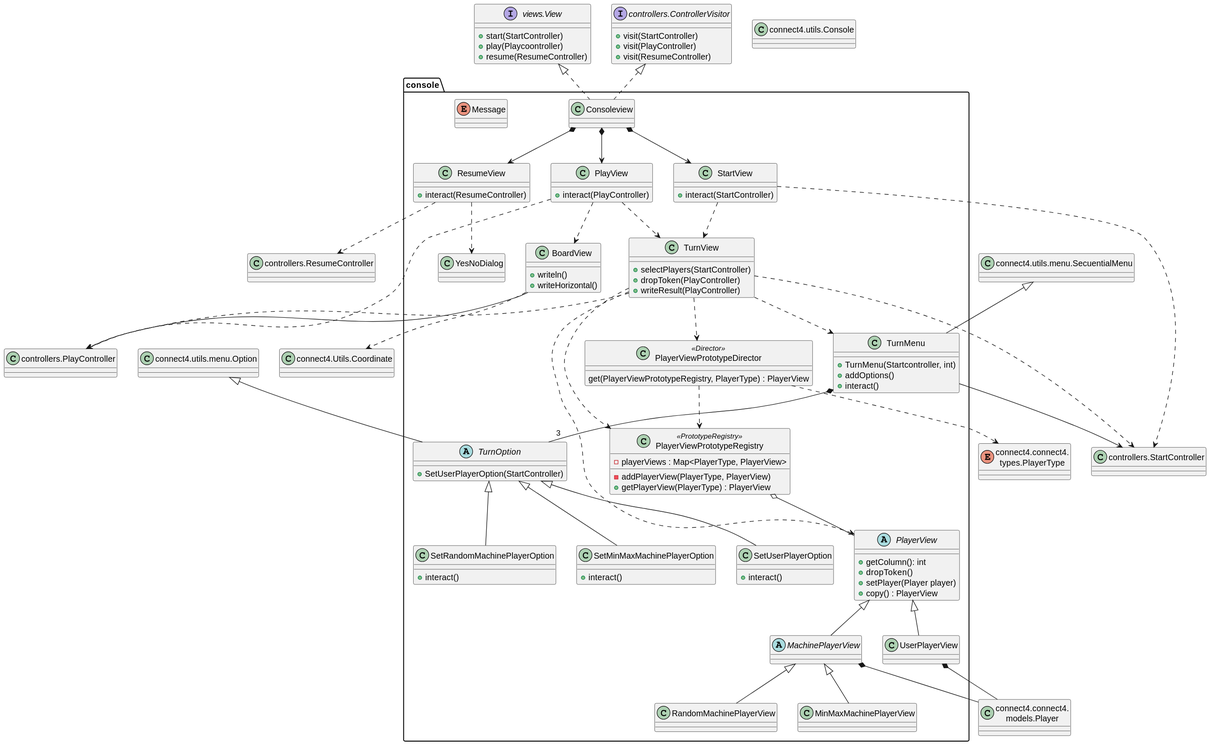
Before: out/connect4/Docs/diagrams/src/packages/connect4.connect4.views.console/connect4.connect4.console.console.svg, a diagram exported from PlantUML (js-rom/connect4).
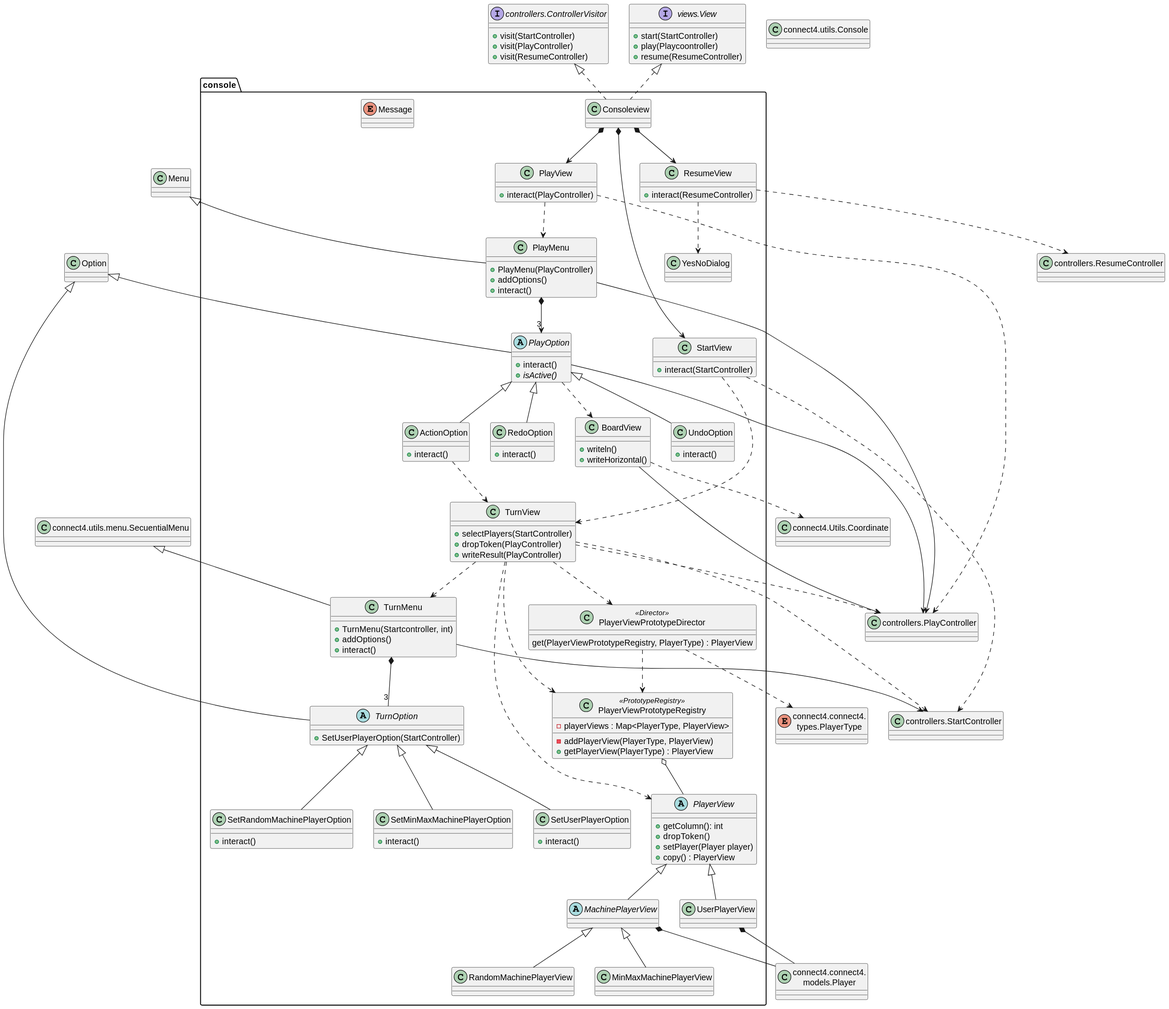
The same file after the commit.

Diff of the diagram source:
```diff
@@ -86,6 +86,28 @@
     +visit(ResumeController)
 }
 
+class console.PlayMenu {
+    +PlayMenu(PlayController)
+    +addOptions()
+    +interact()
+}
+
+abstract class console.PlayOption {
+    +interact()
+    + {abstract} isActive()
+}
+class console.UndoOption {
+    +interact()
+}
+
+class console.RedoOption {
+    +interact()
+}
+
+class console.ActionOption {
+    +interact()
+}
+
 View <|.. Consoleview
 ControllerVisitor <|.. Consoleview
 Consoleview *--> StartView
@@ -98,8 +120,17 @@
 
 StartView ..> TurnView
 
-PlayView ..> TurnView
-PlayView ..> BoardView
+Menu <|-- PlayMenu
+Option <|-- PlayOption
+PlayOption --> PlayController
+PlayOption ..> BoardView
+PlayOption <|-- ActionOption
+ActionOption ..> TurnView
+PlayOption <|-- UndoOption
+PlayOption <|-- RedoOption
+PlayMenu *--> "3"PlayOption
+PlayView ..> PlayMenu
+PlayMenu --> PlayController
 
 ResumeView ..> YesNoDialog
 
@@ -126,6 +157,7 @@
 
 class Option as "connect4.utils.menu.Option"
 class SecuentialMenu as "connect4.utils.menu.SecuentialMenu"
+class Menu as "connect4.utils.menu.Menu"
 class Coordinate as "connect4.Utils.Coordinate"
 class Console as "connect4.utils.Console"
 class Player as "connect4.connect4.\nmodels.Player"
```
